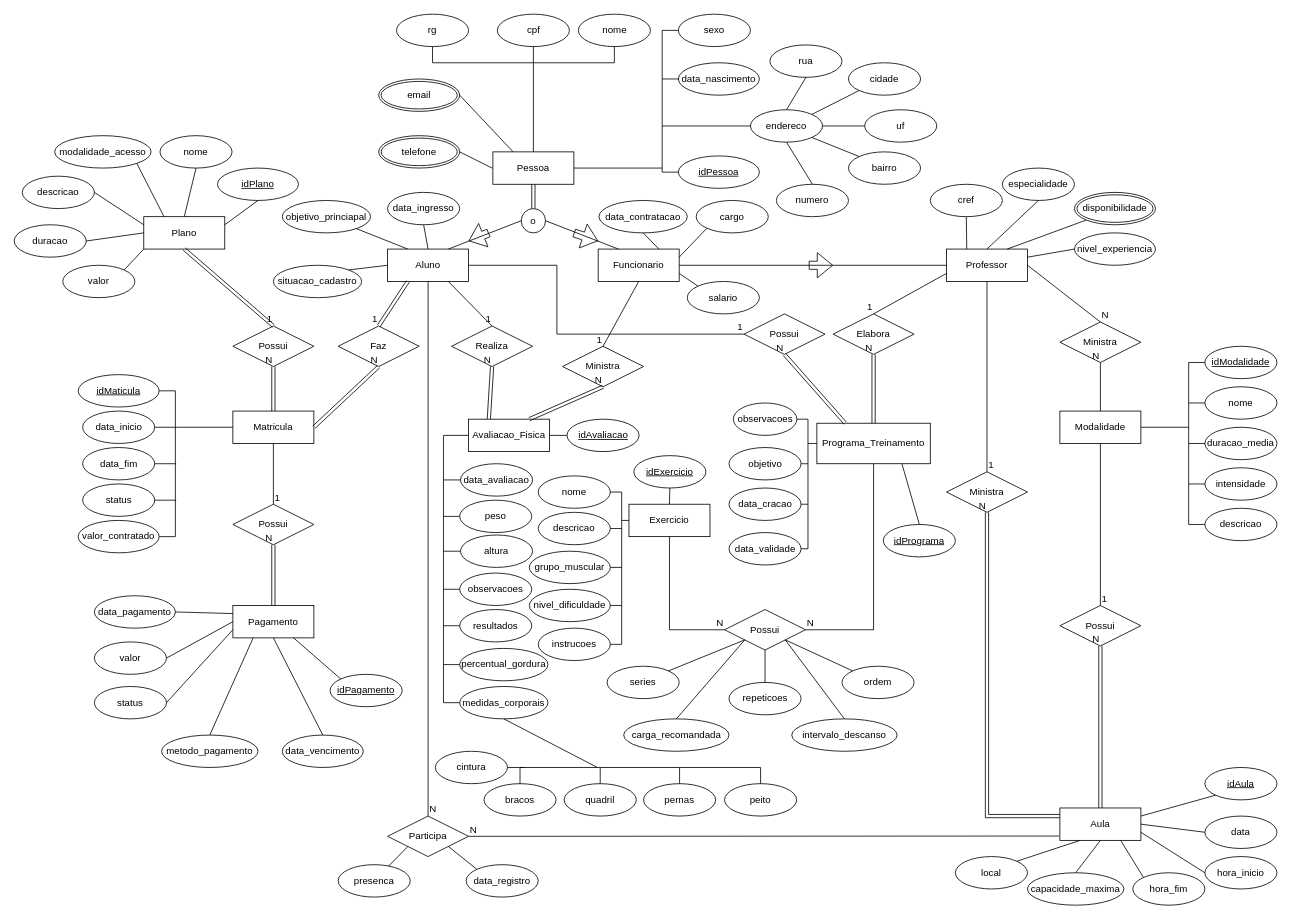
Before: EER_Academia.drawio in NickPotato/Trabalho-A3---Banco-de-Dados, a draw.io diagram. Source tidied: cells renumbered, new cells numbered last; positions are measured from the earlier drawing's top-left corner, leaving out a move shared by most shapes. Both pictures are drawn from the tidied source at 81%, with x=0, y=0 at pixel (14, 14).
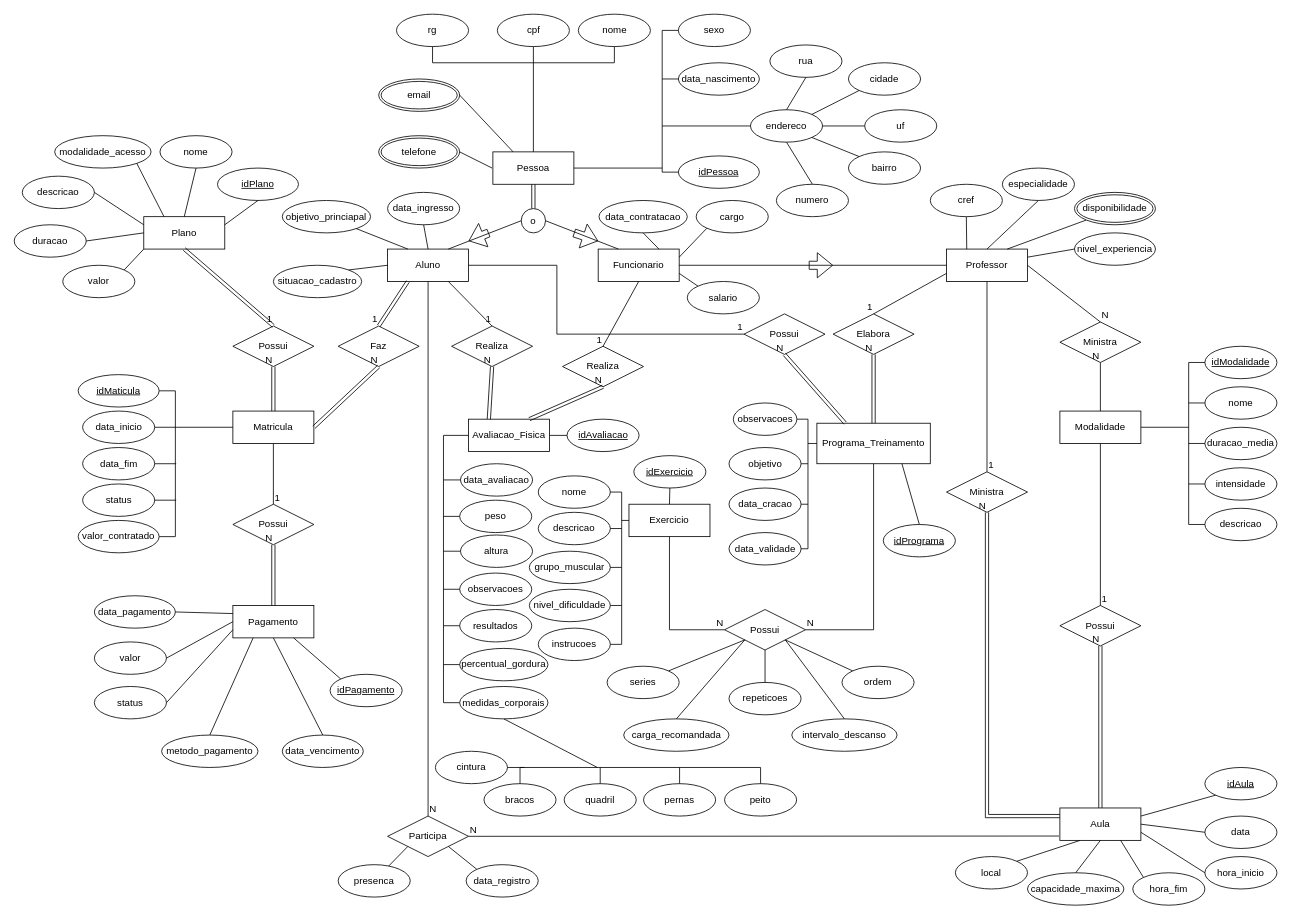
After the change.

Commit message:
refactor: "Ministra" para "Realiza"

mudando o nome do relacionamento de Funcionario e Avaliacao_Fisica de "Ministra" para "Realiza".

Change to the diagram source:
```diff
@@
-    <mxCell id="67" value="Ministra" style="shape=rhombus;perimeter=rhombusPerimeter;whiteSpace=wrap;html=1;align=center;" parent="1" vertex="1">
+    <mxCell id="67" value="Realiza" style="shape=rhombus;perimeter=rhombusPerimeter;whiteSpace=wrap;html=1;align=center;" parent="1" vertex="1">
       <mxGeometry x="677" y="410" width="100" height="50" as="geometry" />
     </mxCell>
```
